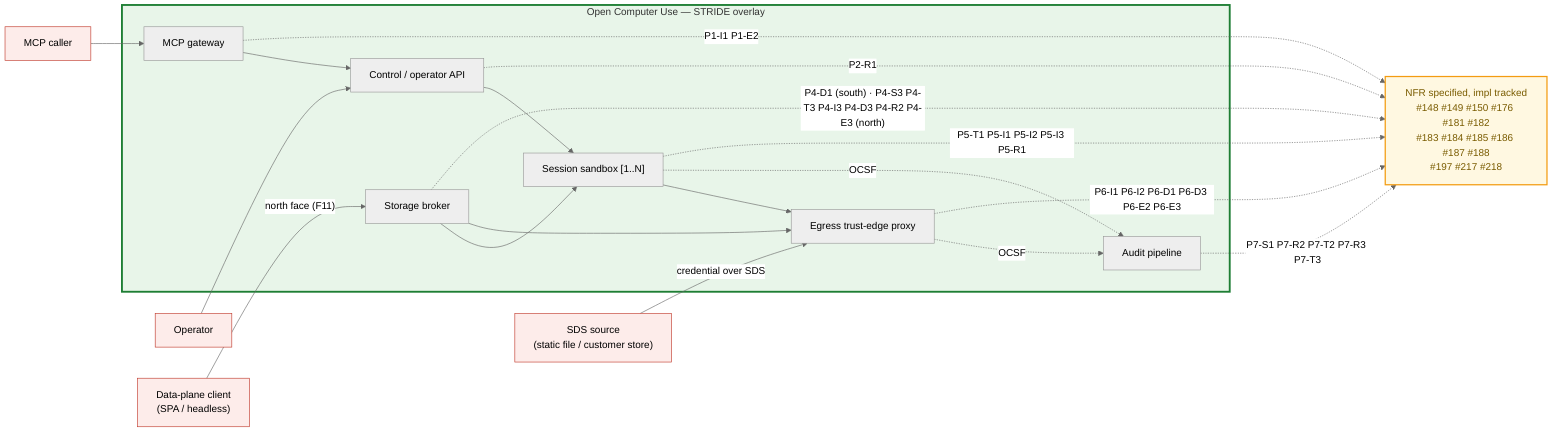
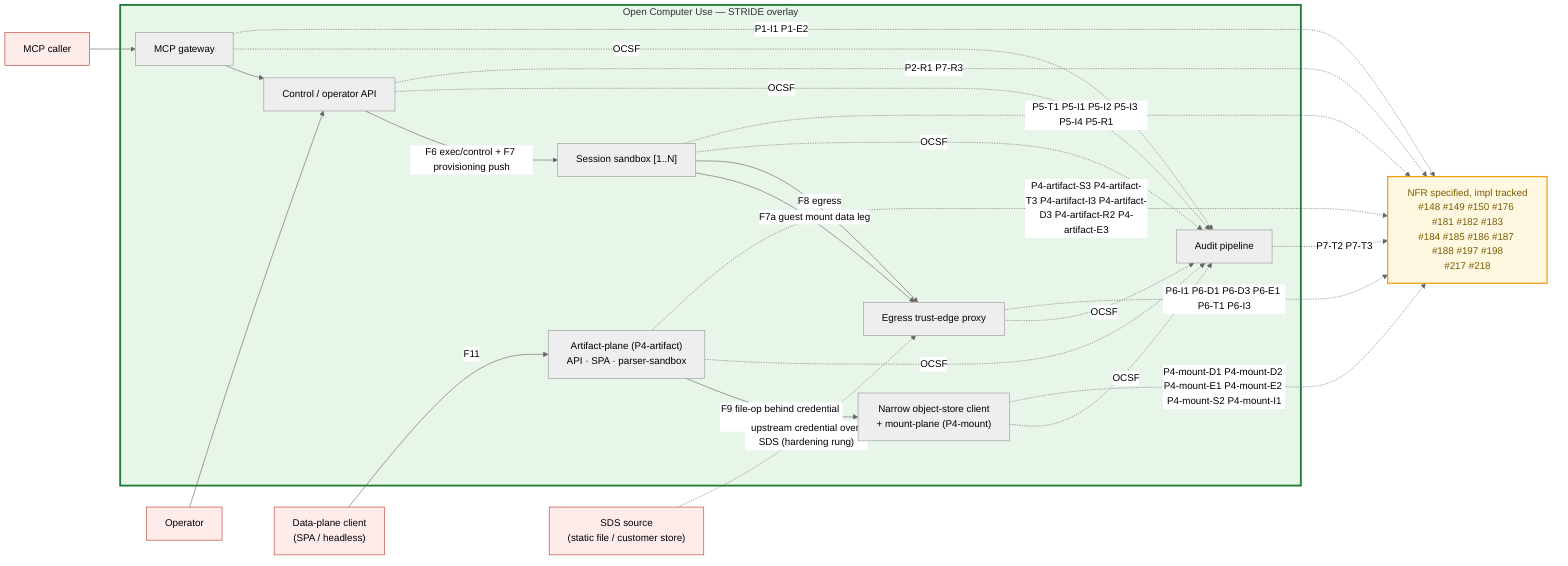
%% SPDX-License-Identifier: FSL-1.1-Apache-2.0
%% Copyright (c) 2025 Open Computer Use Contributors
%% Layer 7 STRIDE overlay on the Layer 6 container DFD. Referenced from docs/architecture/06-threat-model.md.
%% Residual (PARTIAL) threats annotated per element; the DFD itself is canonical in c4-container.mmd (not redrawn).
%%{init: {"theme": "neutral"} }%%
flowchart LR
    PEER["MCP caller"]:::ext
    OPER["Operator"]:::ext
    DPC["Data-plane client<br/>(SPA / headless)"]:::ext
    SDS["SDS source<br/>(static file / customer store)"]:::ext
    subgraph OCU["Open Computer Use — STRIDE overlay"]
        MCPG["MCP gateway"]
        CTRL["Control / operator API"]
-         STORE["Storage broker"]
+         OSC["Narrow object-store client<br/>+ mount-plane (P4-mount)"]
+         ART["Artifact-plane (P4-artifact)<br/>API · SPA · parser-sandbox"]
        VM["Session sandbox [1..N]"]
        EDGE["Egress trust-edge proxy"]
        AUD["Audit pipeline"]
    end
    PEER --> MCPG
    OPER --> CTRL
    MCPG --> CTRL
-     CTRL --> VM
-     STORE --> VM
-     DPC -->|"north face (F11)"| STORE
-     VM --> EDGE
-     SDS -->|"credential over SDS"| EDGE
-     STORE --> EDGE
+     CTRL -->|"F6 exec/control + F7 provisioning push"| VM
+     DPC -->|"F11"| ART
+     ART -->|"F9 file-op behind credential seam"| OSC
+     VM -->|"F7a guest mount data leg"| EDGE
+     VM -->|"F8 egress"| EDGE
+     SDS -.->|"upstream credential over SDS (hardening rung)"| EDGE
    VM -.OCSF.-> AUD
    EDGE -.OCSF.-> AUD
+     OSC -.OCSF.-> AUD
+     ART -.OCSF.-> AUD
+     MCPG -.OCSF.-> AUD
+     CTRL -.OCSF.-> AUD

-     PEND["NFR specified, impl tracked<br/>#148 #149 #150 #176 #181 #182<br/>#183 #184 #185 #186 #187 #188<br/>#197 #217 #218"]:::pend
+     PEND["NFR specified, impl tracked<br/>#148 #149 #150 #176 #181 #182 #183<br/>#184 #185 #186 #187 #188 #197 #198<br/>#217 #218"]:::pend
    MCPG -. P1-I1 P1-E2 .-> PEND
-     CTRL -. P2-R1 .-> PEND
-     STORE -. "P4-D1 (south) · P4-S3 P4-T3 P4-I3 P4-D3 P4-R2 P4-E3 (north)" .-> PEND
-     VM -. P5-T1 P5-I1 P5-I2 P5-I3 P5-R1 .-> PEND
-     EDGE -. P6-I1 P6-I2 P6-D1 P6-D3 P6-E2 P6-E3 .-> PEND
-     AUD -. P7-S1 P7-R2 P7-T2 P7-R3 P7-T3 .-> PEND
+     CTRL -. P2-R1 P7-R3 .-> PEND
+     OSC -. "P4-mount-D1 P4-mount-D2 P4-mount-E1 P4-mount-E2 P4-mount-S2 P4-mount-I1" .-> PEND
+     ART -. "P4-artifact-S3 P4-artifact-T3 P4-artifact-I3 P4-artifact-D3 P4-artifact-R2 P4-artifact-E3" .-> PEND
+     VM -. P5-T1 P5-I1 P5-I2 P5-I3 P5-I4 P5-R1 .-> PEND
+     EDGE -. P6-I1 P6-D1 P6-D3 P6-E1 P6-T1 P6-I3 .-> PEND
+     AUD -. P7-T2 P7-T3 .-> PEND

    classDef ext fill:#fdecea,stroke:#c0392b,stroke-width:1px;
    classDef pend fill:#fff8e1,stroke:#f39c12,stroke-width:2px,color:#7a5c00;
    style OCU fill:#e8f5e9,stroke:#1e7e34,stroke-width:3px;
